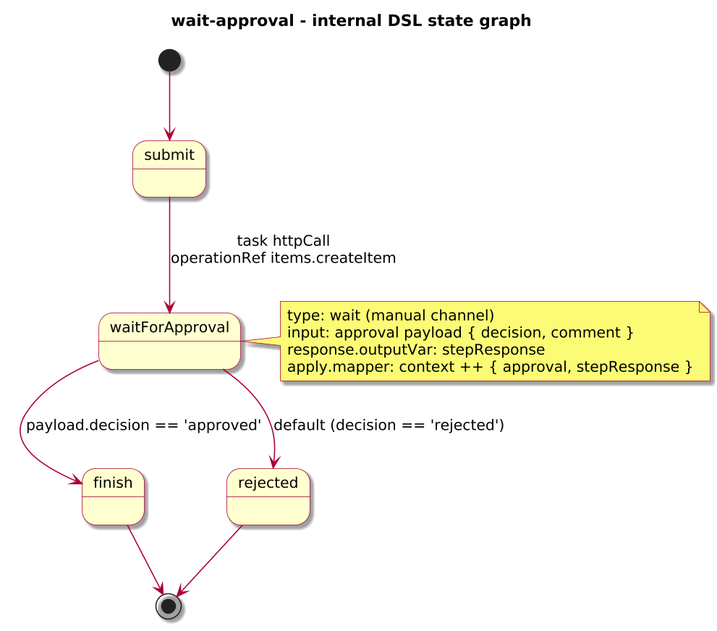
Above: docs/3-reference/examples/journeys/diagrams/wait-approval-internal-state.png in ivanstambuk/journeyforge (PlantUML), before the change. The source it was exported from:
```plantuml
@startuml

skinparam BackgroundColor #FFFFFF
skinparam Shadowing true

skinparam DefaultFontName "SansSerif"
skinparam DefaultFontSize 13
skinparam DefaultFontStyle plain

skinparam dpi 150

skinparam sequence {
  ArrowColor #A80036
  LifeLineBorderColor #A80036
  LifeLineBackgroundColor #FFFFFF
}

skinparam Note {
  BackgroundColor #FBFB77
  BorderColor #A80036
}

skinparam ParticipantBorderColor #A80036
skinparam ParticipantBackgroundColor #FEFECE

skinparam ActorBorderColor #A80036
skinparam ActorBackgroundColor #FFFFFF
skinparam SequenceActorBorderThickness 2

skinparam state {
  BorderColor #A80036
  BackgroundColor #FEFECE
}

skinparam activity {
  ArrowColor #A80036
  BackgroundColor #FEFECE
  BorderColor #A80036
}

!include journey-diagram-theme.puml
title wait-approval - internal DSL state graph

[*] --> submit

state submit
state waitForApproval
state finish
state rejected

submit --> waitForApproval : task httpCall\noperationRef items.createItem

waitForApproval --> finish : payload.decision == 'approved'
waitForApproval --> rejected : default (decision == 'rejected')

finish --> [*]
rejected --> [*]

note right of waitForApproval
  type: wait (manual channel)
  input: approval payload { decision, comment }
  response.outputVar: stepResponse
  apply.mapper: context ++ { approval, stepResponse }
end note

@enduml
```
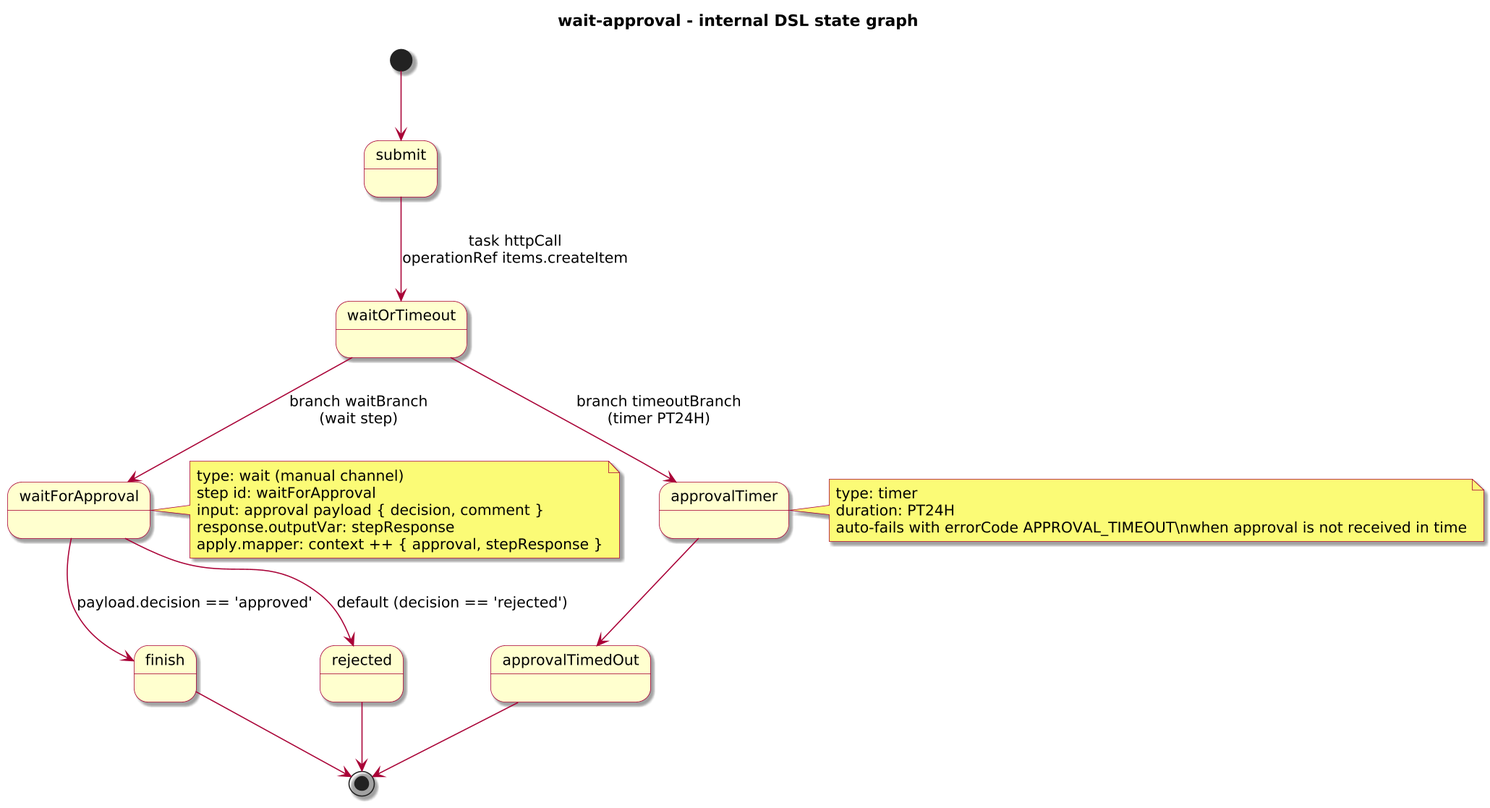
The same file after the commit.

The edit, as a diff of the source:
```diff
@@ -1,66 +1,43 @@
 @startuml
-
-skinparam BackgroundColor #FFFFFF
-skinparam Shadowing true
-
-skinparam DefaultFontName "SansSerif"
-skinparam DefaultFontSize 13
-skinparam DefaultFontStyle plain
-
-skinparam dpi 150
-
-skinparam sequence {
-  ArrowColor #A80036
-  LifeLineBorderColor #A80036
-  LifeLineBackgroundColor #FFFFFF
-}
-
-skinparam Note {
-  BackgroundColor #FBFB77
-  BorderColor #A80036
-}
-
-skinparam ParticipantBorderColor #A80036
-skinparam ParticipantBackgroundColor #FEFECE
-
-skinparam ActorBorderColor #A80036
-skinparam ActorBackgroundColor #FFFFFF
-skinparam SequenceActorBorderThickness 2
-
-skinparam state {
-  BorderColor #A80036
-  BackgroundColor #FEFECE
-}
-
-skinparam activity {
-  ArrowColor #A80036
-  BackgroundColor #FEFECE
-  BorderColor #A80036
-}
-
 !include journey-diagram-theme.puml
 title wait-approval - internal DSL state graph
 
 [*] --> submit
 
 state submit
+state waitOrTimeout
 state waitForApproval
 state finish
 state rejected
+state approvalTimer
+state approvalTimedOut
 
-submit --> waitForApproval : task httpCall\noperationRef items.createItem
+submit --> waitOrTimeout : task httpCall\noperationRef items.createItem
+
+waitOrTimeout --> waitForApproval : branch waitBranch\n(wait step)
+waitOrTimeout --> approvalTimer : branch timeoutBranch\n(timer PT24H)
 
 waitForApproval --> finish : payload.decision == 'approved'
 waitForApproval --> rejected : default (decision == 'rejected')
 
+approvalTimer --> approvalTimedOut
+
 finish --> [*]
 rejected --> [*]
+approvalTimedOut --> [*]
 
 note right of waitForApproval
   type: wait (manual channel)
+  step id: waitForApproval
   input: approval payload { decision, comment }
   response.outputVar: stepResponse
   apply.mapper: context ++ { approval, stepResponse }
 end note
 
+note right of approvalTimer
+  type: timer
+  duration: PT24H
+  auto-fails with errorCode APPROVAL_TIMEOUT\nwhen approval is not received in time
+end note
+
 @enduml
```
